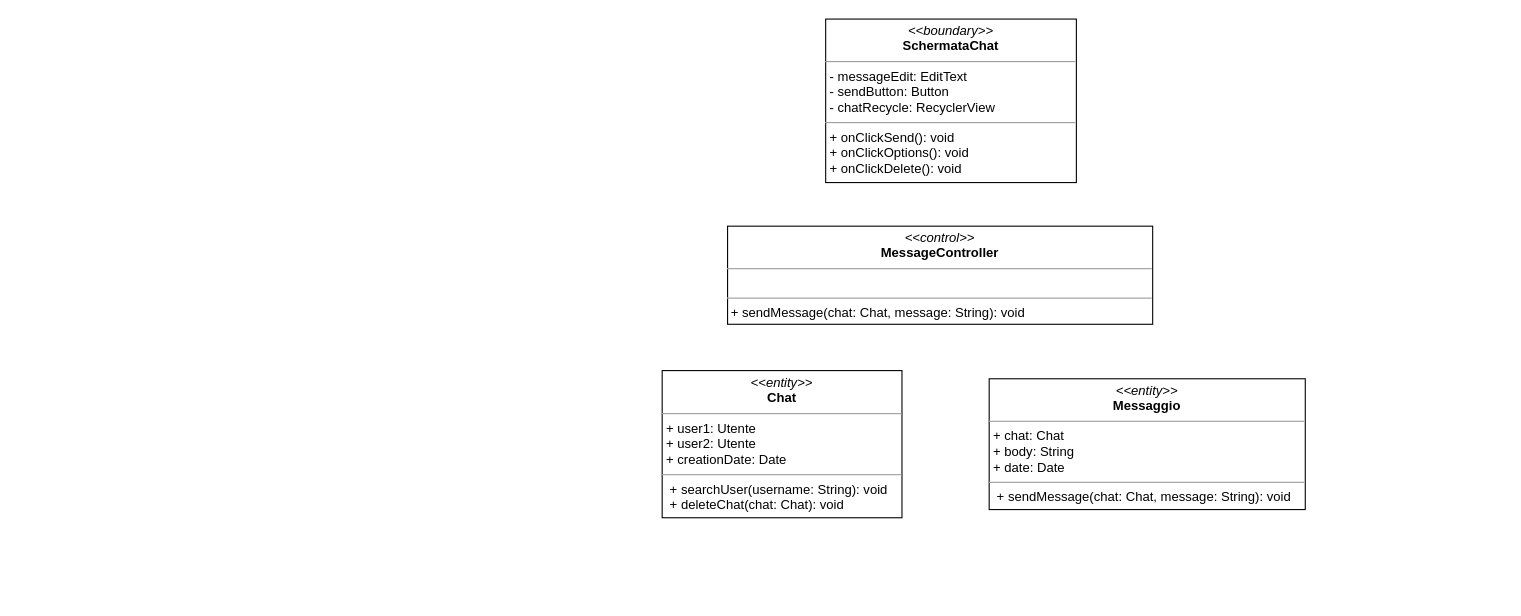
Before: page "Invia messaggio + Legge messaggio" (2 of 5) of docs/ECB.drawio in archer-65/natour-2122, a draw.io diagram. Source tidied: cells renumbered, new cells numbered last; positions are measured from the earlier drawing's top-left corner, leaving out a move shared by most shapes. Both pictures are drawn from the tidied source at 109%, with x=0, y=0 at pixel (662, 19).
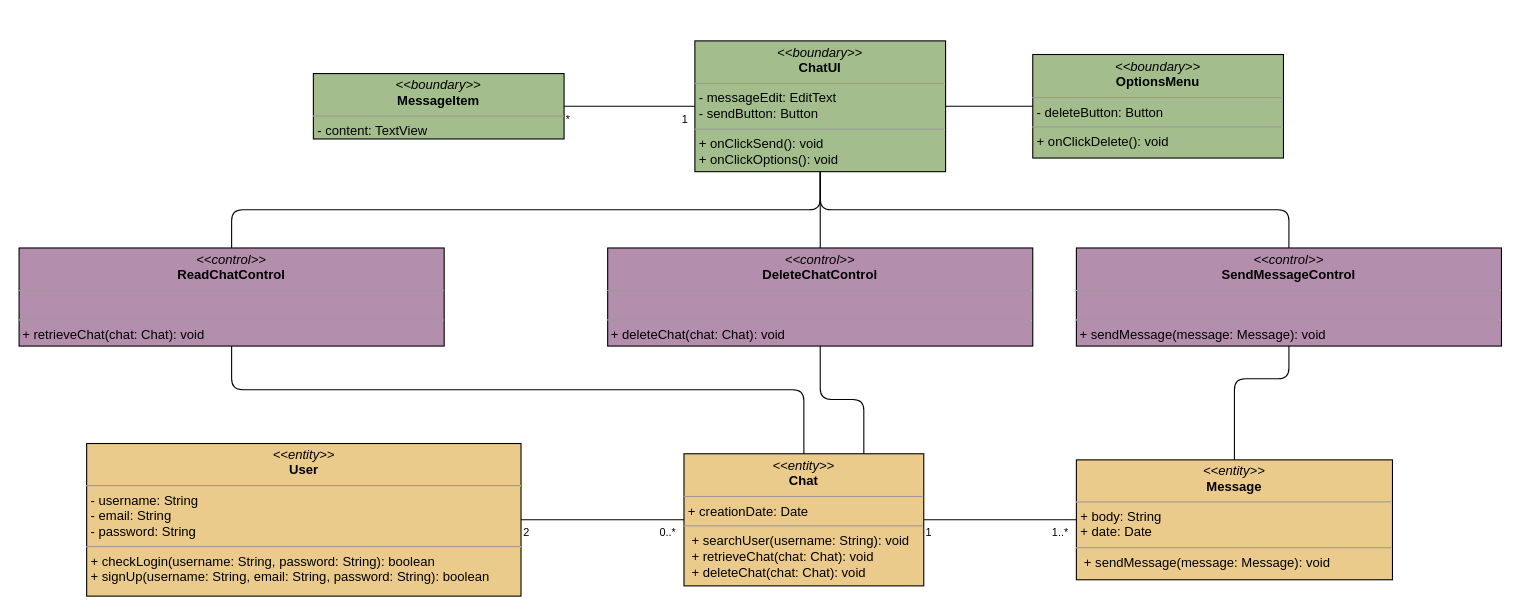
The same page after the edit.

Commit message (it also covers changes not shown here):
Aggiornati EBC per Use-Case: - Chat - Autenticazione

What changed in the source:
```diff
@@
+    <mxCell id="6" style="edgeStyle=orthogonalEdgeStyle;html=1;endArrow=none;endFill=0;exitX=0.5;exitY=1;exitDx=0;exitDy=0;" parent="1" edge="1" source="2" target="3">
+      <mxGeometry relative="1" as="geometry" />
+    </mxCell>
+    <mxCell id="7" style="edgeStyle=orthogonalEdgeStyle;html=1;entryX=0;entryY=0.5;entryDx=0;entryDy=0;endArrow=none;endFill=0;" parent="1" edge="1" source="2" target="11">
+      <mxGeometry relative="1" as="geometry" />
+    </mxCell>
+    <mxCell id="8" style="edgeStyle=orthogonalEdgeStyle;rounded=1;html=1;endArrow=none;endFill=0;exitX=0.5;exitY=1;exitDx=0;exitDy=0;" parent="1" edge="1" source="2" target="25">
+      <mxGeometry relative="1" as="geometry" />
+    </mxCell>
+    <mxCell id="9" style="edgeStyle=orthogonalEdgeStyle;rounded=1;html=1;endArrow=none;endFill=0;exitX=0.5;exitY=1;exitDx=0;exitDy=0;" parent="1" edge="1" source="2" target="27">
+      <mxGeometry relative="1" as="geometry" />
+    </mxCell>
-    <mxCell id="2" value="&lt;p style=&quot;margin: 0px ; margin-top: 4px ; text-align: center&quot;&gt;&lt;i&gt;&amp;lt;&amp;lt;boundary&amp;gt;&amp;gt;&lt;/i&gt;&lt;br&gt;&lt;b&gt;SchermataChat&lt;/b&gt;&lt;/p&gt;&lt;hr size=&quot;1&quot;&gt;&lt;p style=&quot;margin: 0px ; margin-left: 4px&quot;&gt;- messageEdit: EditText&lt;br&gt;- sendButton: Button&lt;/p&gt;&lt;p style=&quot;margin: 0px ; margin-left: 4px&quot;&gt;- chatRecycle: RecyclerView&lt;/p&gt;&lt;hr size=&quot;1&quot;&gt;&lt;p style=&quot;margin: 0px ; margin-left: 4px&quot;&gt;+ onClickSend(): void&lt;br&gt;&lt;/p&gt;&lt;p style=&quot;margin: 0px ; margin-left: 4px&quot;&gt;+ onClickOptions(): void&lt;br&gt;&lt;/p&gt;&lt;p style=&quot;margin: 0px ; margin-left: 4px&quot;&gt;+ onClickDelete(): void&lt;/p&gt;" style="verticalAlign=top;align=left;overflow=fill;fontSize=12;fontFamily=Helvetica;html=1;" parent="1" vertex="1">
-      <mxGeometry x="150" width="230" height="150" as="geometry" />
+    <mxCell id="2" value="&lt;p style=&quot;margin: 0px ; margin-top: 4px ; text-align: center&quot;&gt;&lt;i&gt;&amp;lt;&amp;lt;boundary&amp;gt;&amp;gt;&lt;/i&gt;&lt;br&gt;&lt;b&gt;ChatUI&lt;/b&gt;&lt;/p&gt;&lt;hr size=&quot;1&quot;&gt;&lt;p style=&quot;margin: 0px ; margin-left: 4px&quot;&gt;- messageEdit: EditText&lt;br&gt;- sendButton: Button&lt;/p&gt;&lt;hr size=&quot;1&quot;&gt;&lt;p style=&quot;margin: 0px ; margin-left: 4px&quot;&gt;+ onClickSend(): void&lt;br&gt;&lt;/p&gt;&lt;p style=&quot;margin: 0px ; margin-left: 4px&quot;&gt;+ onClickOptions(): void&lt;/p&gt;" style="verticalAlign=top;align=left;overflow=fill;fontSize=12;fontFamily=Helvetica;html=1;fillColor=#A3BE8C;" parent="1" vertex="1">
+      <mxGeometry x="30" y="20" width="230" height="120" as="geometry" />
     </mxCell>
+    <mxCell id="10" style="edgeStyle=orthogonalEdgeStyle;html=1;entryX=0.5;entryY=0;entryDx=0;entryDy=0;endArrow=none;endFill=0;exitX=0.5;exitY=1;exitDx=0;exitDy=0;" parent="1" edge="1" source="3" target="4">
+      <mxGeometry relative="1" as="geometry">
+        <Array as="points">
+          <mxPoint x="575" y="330" />
+          <mxPoint x="525" y="330" />
+        </Array>
+      </mxGeometry>
+    </mxCell>
-    <mxCell id="3" value="&lt;p style=&quot;margin: 0px ; margin-top: 4px ; text-align: center&quot;&gt;&lt;i&gt;&amp;lt;&amp;lt;control&amp;gt;&amp;gt;&lt;/i&gt;&lt;br&gt;&lt;b&gt;MessageController&lt;/b&gt;&lt;/p&gt;&lt;hr size=&quot;1&quot;&gt;&lt;p style=&quot;margin: 0px ; margin-left: 4px&quot;&gt;&lt;br&gt;&lt;/p&gt;&lt;hr size=&quot;1&quot;&gt;&lt;p style=&quot;margin: 0px ; margin-left: 4px&quot;&gt;&lt;/p&gt;&amp;nbsp;+ sendMessage(chat: Chat, message: String): void&lt;span&gt;&lt;br&gt;&lt;/span&gt;" style="verticalAlign=top;align=left;overflow=fill;fontSize=12;fontFamily=Helvetica;html=1;" parent="1" vertex="1">
-      <mxGeometry x="60" y="190" width="390" height="90" as="geometry" />
+    <mxCell id="3" value="&lt;p style=&quot;margin: 0px ; margin-top: 4px ; text-align: center&quot;&gt;&lt;i&gt;&amp;lt;&amp;lt;control&amp;gt;&amp;gt;&lt;/i&gt;&lt;br&gt;&lt;b&gt;SendMessageControl&lt;/b&gt;&lt;/p&gt;&lt;hr size=&quot;1&quot;&gt;&lt;p style=&quot;margin: 0px ; margin-left: 4px&quot;&gt;&lt;br&gt;&lt;/p&gt;&lt;hr size=&quot;1&quot;&gt;&lt;p style=&quot;margin: 0px ; margin-left: 4px&quot;&gt;&lt;/p&gt;&amp;nbsp;+ sendMessage(message: Message): void&lt;span&gt;&lt;br&gt;&lt;/span&gt;" style="verticalAlign=top;align=left;overflow=fill;fontSize=12;fontFamily=Helvetica;html=1;fillColor=#B48EAD;" parent="1" vertex="1">
+      <mxGeometry x="380" y="210" width="390" height="90" as="geometry" />
     </mxCell>
-    <mxCell id="4" value="&lt;p style=&quot;margin: 0px ; margin-top: 4px ; text-align: center&quot;&gt;&lt;i&gt;&amp;lt;&amp;lt;entity&amp;gt;&amp;gt;&lt;/i&gt;&lt;br&gt;&lt;b&gt;Messaggio&lt;/b&gt;&lt;/p&gt;&lt;hr size=&quot;1&quot;&gt;&lt;p style=&quot;margin: 0px ; margin-left: 4px&quot;&gt;+ chat: Chat&lt;/p&gt;&lt;p style=&quot;margin: 0px ; margin-left: 4px&quot;&gt;+ body: String&lt;/p&gt;&lt;p style=&quot;margin: 0px ; margin-left: 4px&quot;&gt;+ date: Date&lt;/p&gt;&lt;hr size=&quot;1&quot;&gt;&lt;p style=&quot;margin: 0px ; margin-left: 4px&quot;&gt;&amp;nbsp;+ sendMessage(chat: Chat, message: String): void&lt;br&gt;&lt;/p&gt;" style="verticalAlign=top;align=left;overflow=fill;fontSize=12;fontFamily=Helvetica;html=1;" parent="1" vertex="1">
-      <mxGeometry x="300" y="330" width="290" height="120" as="geometry" />
+    <mxCell id="4" value="&lt;p style=&quot;margin: 0px ; margin-top: 4px ; text-align: center&quot;&gt;&lt;i&gt;&amp;lt;&amp;lt;entity&amp;gt;&amp;gt;&lt;/i&gt;&lt;br&gt;&lt;b&gt;Message&lt;/b&gt;&lt;/p&gt;&lt;hr size=&quot;1&quot;&gt;&lt;p style=&quot;margin: 0px ; margin-left: 4px&quot;&gt;&lt;span&gt;+ body: String&lt;/span&gt;&lt;br&gt;&lt;/p&gt;&lt;p style=&quot;margin: 0px ; margin-left: 4px&quot;&gt;+ date: Date&lt;/p&gt;&lt;hr size=&quot;1&quot;&gt;&lt;p style=&quot;margin: 0px ; margin-left: 4px&quot;&gt;&amp;nbsp;+ sendMessage(message: Message): void&lt;br&gt;&lt;/p&gt;" style="verticalAlign=top;align=left;overflow=fill;fontSize=12;fontFamily=Helvetica;html=1;fillColor=#EBCB8B;" parent="1" vertex="1">
+      <mxGeometry x="380" y="404.4" width="290" height="110" as="geometry" />
     </mxCell>
-    <mxCell id="5" value="&lt;p style=&quot;margin: 0px ; margin-top: 4px ; text-align: center&quot;&gt;&lt;i&gt;&amp;lt;&amp;lt;entity&amp;gt;&amp;gt;&lt;/i&gt;&lt;br&gt;&lt;b&gt;Chat&lt;/b&gt;&lt;/p&gt;&lt;hr size=&quot;1&quot;&gt;&lt;p style=&quot;margin: 0px ; margin-left: 4px&quot;&gt;+ user1: Utente&lt;br&gt;+ user2: Utente&lt;/p&gt;&lt;p style=&quot;margin: 0px ; margin-left: 4px&quot;&gt;&lt;span&gt;+ creationDate: Date&lt;/span&gt;&lt;/p&gt;&lt;hr size=&quot;1&quot;&gt;&lt;p style=&quot;margin: 0px ; margin-left: 4px&quot;&gt;&amp;nbsp;+ searchUser(username: String): void&lt;br&gt;&amp;nbsp;+ deleteChat(chat: Chat): void&lt;br&gt;&lt;/p&gt;" style="verticalAlign=top;align=left;overflow=fill;fontSize=12;fontFamily=Helvetica;html=1;" parent="1" vertex="1">
-      <mxGeometry y="322.5" width="220" height="135" as="geometry" />
+    <mxCell id="5" value="&lt;p style=&quot;margin: 0px ; margin-top: 4px ; text-align: center&quot;&gt;&lt;i&gt;&amp;lt;&amp;lt;entity&amp;gt;&amp;gt;&lt;/i&gt;&lt;br&gt;&lt;b&gt;Chat&lt;/b&gt;&lt;/p&gt;&lt;hr size=&quot;1&quot;&gt;&lt;p style=&quot;margin: 0px ; margin-left: 4px&quot;&gt;&lt;span&gt;+ creationDate: Date&lt;/span&gt;&lt;br&gt;&lt;/p&gt;&lt;hr size=&quot;1&quot;&gt;&lt;p style=&quot;margin: 0px ; margin-left: 4px&quot;&gt;&amp;nbsp;+ searchUser(username: String): void&lt;br&gt;&amp;nbsp;+ retrieveChat(chat: Chat): void&lt;br&gt;&lt;/p&gt;&lt;p style=&quot;margin: 0px ; margin-left: 4px&quot;&gt;&amp;nbsp;+ deleteChat(chat: Chat): void&lt;br&gt;&lt;/p&gt;" style="verticalAlign=top;align=left;overflow=fill;fontSize=12;fontFamily=Helvetica;html=1;fillColor=#EBCB8B;" parent="1" vertex="1">
+      <mxGeometry x="20" y="398.8" width="220" height="121.2" as="geometry" />
     </mxCell>
+    <mxCell id="11" value="&lt;p style=&quot;margin: 0px ; margin-top: 4px ; text-align: center&quot;&gt;&lt;i&gt;&amp;lt;&amp;lt;boundary&amp;gt;&amp;gt;&lt;/i&gt;&lt;br&gt;&lt;b&gt;OptionsMenu&lt;/b&gt;&lt;/p&gt;&lt;hr size=&quot;1&quot;&gt;&lt;p style=&quot;margin: 0px ; margin-left: 4px&quot;&gt;- deleteButton: Button&lt;br&gt;&lt;/p&gt;&lt;hr size=&quot;1&quot;&gt;&lt;p style=&quot;margin: 0px ; margin-left: 4px&quot;&gt;&lt;span&gt;+ onClickDelete(): void&lt;/span&gt;&lt;br&gt;&lt;/p&gt;" style="verticalAlign=top;align=left;overflow=fill;fontSize=12;fontFamily=Helvetica;html=1;fillColor=#A3BE8C;" parent="1" vertex="1">
+      <mxGeometry x="340" y="32.5" width="230" height="95" as="geometry" />
+    </mxCell>
+    <mxCell id="12" value="&lt;p style=&quot;margin: 0px ; margin-top: 4px ; text-align: center&quot;&gt;&lt;i&gt;&amp;lt;&amp;lt;entity&amp;gt;&amp;gt;&lt;/i&gt;&lt;br&gt;&lt;b&gt;User&lt;/b&gt;&lt;/p&gt;&lt;hr size=&quot;1&quot;&gt;&lt;p style=&quot;margin: 0px ; margin-left: 4px&quot;&gt;- username: String&lt;br&gt;- email: String&lt;/p&gt;&lt;p style=&quot;margin: 0px ; margin-left: 4px&quot;&gt;- password: String&lt;/p&gt;&lt;hr size=&quot;1&quot;&gt;&lt;p style=&quot;margin: 0px 0px 0px 4px&quot;&gt;+&amp;nbsp;checkLogin(username: String, password: String): boolean&lt;span&gt;&amp;nbsp;&lt;/span&gt;&lt;/p&gt;&lt;p style=&quot;margin: 0px ; margin-left: 4px&quot;&gt;+ signUp(username: String, email: String, password: String): boolean&lt;/p&gt;" style="verticalAlign=top;align=left;overflow=fill;fontSize=12;fontFamily=Helvetica;html=1;fillColor=#EBCB8B;" parent="1" vertex="1">
+      <mxGeometry x="-528" y="389.4" width="398.5" height="140" as="geometry" />
+    </mxCell>
+    <mxCell id="13" style="edgeStyle=orthogonalEdgeStyle;html=1;entryX=0;entryY=0.542;entryDx=0;entryDy=0;entryPerimeter=0;endArrow=none;endFill=0;exitX=1;exitY=0.5;exitDx=0;exitDy=0;startArrow=none;" parent="1" edge="1" target="2">
+      <mxGeometry relative="1" as="geometry" />
+    </mxCell>
+    <mxCell id="14" value="&lt;p style=&quot;margin: 0px ; margin-top: 4px ; text-align: center&quot;&gt;&lt;i&gt;&amp;lt;&amp;lt;boundary&amp;gt;&amp;gt;&lt;/i&gt;&lt;br&gt;&lt;b&gt;MessageItem&lt;/b&gt;&lt;/p&gt;&lt;hr size=&quot;1&quot;&gt;&lt;p style=&quot;margin: 0px ; margin-left: 4px&quot;&gt;- content: TextView&lt;/p&gt;" style="verticalAlign=top;align=left;overflow=fill;fontSize=12;fontFamily=Helvetica;html=1;fillColor=#A3BE8C;" parent="1" vertex="1">
+      <mxGeometry x="-320" y="50" width="230" height="60" as="geometry" />
+    </mxCell>
+    <mxCell id="15" style="verticalAlign=bottom;html=1;endArrow=none;edgeStyle=orthogonalEdgeStyle;entryX=0;entryY=0.5;entryDx=0;entryDy=0;exitX=1;exitY=0.5;exitDx=0;exitDy=0;" parent="1" edge="1" source="14" target="2">
+      <mxGeometry relative="1" as="geometry" />
+    </mxCell>
+    <mxCell id="16" value="*" style="html=1;align=left;verticalAlign=top;labelBackgroundColor=none;fontSize=10;" parent="15" vertex="1">
+      <mxGeometry x="-1" relative="1" as="geometry" />
+    </mxCell>
+    <mxCell id="17" value="1" style="html=1;align=right;verticalAlign=top;labelBackgroundColor=none;fontSize=10;" parent="15" vertex="1">
+      <mxGeometry x="0.9" relative="1" as="geometry" />
+    </mxCell>
+    <mxCell id="18" style="verticalAlign=bottom;html=1;endArrow=none;edgeStyle=orthogonalEdgeStyle;exitX=1;exitY=0.5;exitDx=0;exitDy=0;entryX=0;entryY=0.5;entryDx=0;entryDy=0;" parent="1" edge="1" source="12" target="5">
+      <mxGeometry relative="1" as="geometry" />
+    </mxCell>
+    <mxCell id="19" value="2" style="html=1;align=left;verticalAlign=top;labelBackgroundColor=none;fontSize=10;" parent="18" vertex="1">
+      <mxGeometry x="-1" relative="1" as="geometry" />
+    </mxCell>
+    <mxCell id="20" value="0..*" style="html=1;align=right;verticalAlign=top;labelBackgroundColor=none;fontSize=10;" parent="18" vertex="1">
+      <mxGeometry x="0.9" relative="1" as="geometry" />
+    </mxCell>
+    <mxCell id="21" style="verticalAlign=bottom;html=1;endArrow=none;edgeStyle=orthogonalEdgeStyle;exitX=1;exitY=0.5;exitDx=0;exitDy=0;entryX=0;entryY=0.5;entryDx=0;entryDy=0;" parent="1" edge="1" source="5" target="4">
+      <mxGeometry relative="1" as="geometry" />
+    </mxCell>
+    <mxCell id="22" value="1" style="html=1;align=left;verticalAlign=top;labelBackgroundColor=none;fontSize=10;" parent="21" vertex="1">
+      <mxGeometry x="-1" relative="1" as="geometry" />
+    </mxCell>
+    <mxCell id="23" value="1..*" style="html=1;align=right;verticalAlign=top;labelBackgroundColor=none;fontSize=10;" parent="21" vertex="1">
+      <mxGeometry x="0.9" relative="1" as="geometry" />
+    </mxCell>
+    <mxCell id="24" style="edgeStyle=orthogonalEdgeStyle;rounded=1;html=1;endArrow=none;endFill=0;exitX=0.5;exitY=1;exitDx=0;exitDy=0;" parent="1" edge="1" source="25" target="5">
+      <mxGeometry relative="1" as="geometry">
+        <Array as="points">
+          <mxPoint x="-395" y="340" />
+          <mxPoint x="130" y="340" />
+        </Array>
+      </mxGeometry>
+    </mxCell>
+    <mxCell id="25" value="&lt;p style=&quot;margin: 0px ; margin-top: 4px ; text-align: center&quot;&gt;&lt;i&gt;&amp;lt;&amp;lt;control&amp;gt;&amp;gt;&lt;/i&gt;&lt;br&gt;&lt;b&gt;ReadChatControl&lt;/b&gt;&lt;/p&gt;&lt;hr size=&quot;1&quot;&gt;&lt;p style=&quot;margin: 0px ; margin-left: 4px&quot;&gt;&lt;br&gt;&lt;/p&gt;&lt;hr size=&quot;1&quot;&gt;&lt;p style=&quot;margin: 0px ; margin-left: 4px&quot;&gt;&lt;/p&gt;&amp;nbsp;+ retrieveChat(chat: Chat): void&lt;span&gt;&lt;br&gt;&lt;/span&gt;" style="verticalAlign=top;align=left;overflow=fill;fontSize=12;fontFamily=Helvetica;html=1;fillColor=#B48EAD;" parent="1" vertex="1">
+      <mxGeometry x="-590" y="210" width="390" height="90" as="geometry" />
+    </mxCell>
+    <mxCell id="26" style="edgeStyle=orthogonalEdgeStyle;rounded=1;html=1;entryX=0.75;entryY=0;entryDx=0;entryDy=0;endArrow=none;endFill=0;" parent="1" edge="1" source="27" target="5">
+      <mxGeometry relative="1" as="geometry">
+        <Array as="points">
+          <mxPoint x="145" y="349" />
+          <mxPoint x="185" y="349" />
+        </Array>
+      </mxGeometry>
+    </mxCell>
+    <mxCell id="27" value="&lt;p style=&quot;margin: 0px ; margin-top: 4px ; text-align: center&quot;&gt;&lt;i&gt;&amp;lt;&amp;lt;control&amp;gt;&amp;gt;&lt;/i&gt;&lt;br&gt;&lt;b&gt;DeleteChatControl&lt;/b&gt;&lt;/p&gt;&lt;hr size=&quot;1&quot;&gt;&lt;p style=&quot;margin: 0px ; margin-left: 4px&quot;&gt;&lt;br&gt;&lt;/p&gt;&lt;hr size=&quot;1&quot;&gt;&lt;p style=&quot;margin: 0px ; margin-left: 4px&quot;&gt;&lt;/p&gt;&lt;span&gt;&amp;nbsp;+ deleteChat(chat: Chat): void&lt;br&gt;&lt;/span&gt;" style="verticalAlign=top;align=left;overflow=fill;fontSize=12;fontFamily=Helvetica;html=1;fillColor=#B48EAD;" parent="1" vertex="1">
+      <mxGeometry x="-50" y="210" width="390" height="90" as="geometry" />
+    </mxCell>
```
